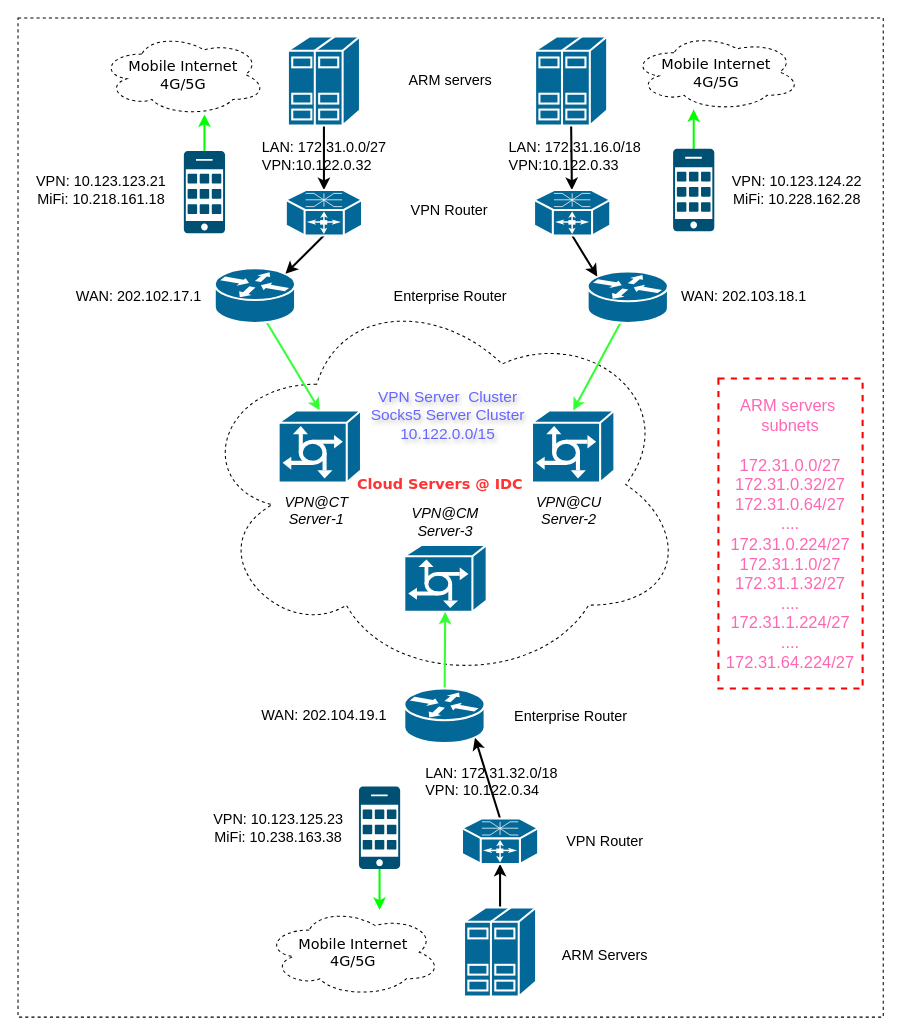
This is Untitled Diagram.drawio from nxtreaming/andy_study, a draw.io file, before an edit. Source tidied: cells renumbered, new cells numbered last; positions are measured from the earlier drawing's top-left corner, leaving out a move shared by most shapes. Both pictures are drawn from the tidied source at 103%, with x=0, y=0 at pixel (18, 18).
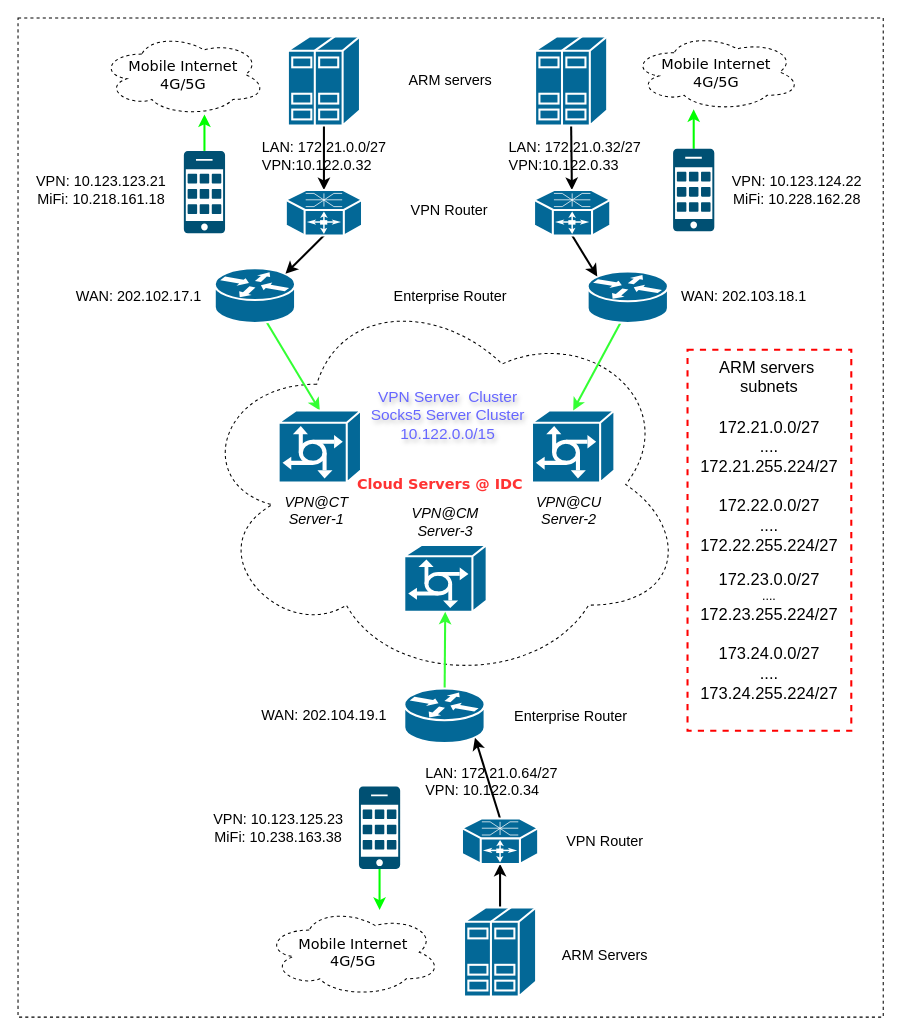
The same diagram, later.

What changed in the source:
```diff
@@
-    <mxCell id="50" value="&lt;font style=&quot;font-size: 14px;&quot;&gt;LAN: 172.31.0.0/27&lt;br&gt;&lt;div style=&quot;text-align: left;&quot;&gt;&lt;span style=&quot;background-color: initial;&quot;&gt;VPN:10.122.0.32&lt;/span&gt;&lt;/div&gt;&lt;/font&gt;" style="text;strokeColor=none;align=center;fillColor=none;html=1;verticalAlign=middle;whiteSpace=wrap;rounded=0;" parent="1" vertex="1">
+    <mxCell id="50" value="&lt;font style=&quot;font-size: 14px;&quot;&gt;LAN: 172.21.0.0/27&lt;br&gt;&lt;div style=&quot;text-align: left;&quot;&gt;&lt;span style=&quot;background-color: initial;&quot;&gt;VPN:10.122.0.32&lt;/span&gt;&lt;/div&gt;&lt;/font&gt;" style="text;strokeColor=none;align=center;fillColor=none;html=1;verticalAlign=middle;whiteSpace=wrap;rounded=0;" parent="1" vertex="1">
       <mxGeometry x="234.5" y="119" width="125" height="30" as="geometry" />
     </mxCell>
-    <mxCell id="51" value="&lt;font style=&quot;font-size: 14px;&quot;&gt;LAN: 172.31.16.0/18&lt;br&gt;&lt;div style=&quot;text-align: left;&quot;&gt;&lt;span style=&quot;background-color: initial;&quot;&gt;VPN:10.122.0.33&lt;/span&gt;&lt;/div&gt;&lt;/font&gt;" style="text;strokeColor=none;align=center;fillColor=none;html=1;verticalAlign=middle;whiteSpace=wrap;rounded=0;" parent="1" vertex="1">
+    <mxCell id="51" value="&lt;font style=&quot;font-size: 14px;&quot;&gt;LAN: 172.21.0.32/27&lt;br&gt;&lt;div style=&quot;text-align: left;&quot;&gt;&lt;span style=&quot;background-color: initial;&quot;&gt;VPN:10.122.0.33&lt;/span&gt;&lt;/div&gt;&lt;/font&gt;" style="text;strokeColor=none;align=center;fillColor=none;html=1;verticalAlign=middle;whiteSpace=wrap;rounded=0;" parent="1" vertex="1">
       <mxGeometry x="471" y="119" width="140" height="30" as="geometry" />
     </mxCell>
-    <mxCell id="52" value="&lt;font style=&quot;font-size: 14px;&quot;&gt;LAN: 172.31.32.0/18&lt;br&gt;&lt;div style=&quot;text-align: left;&quot;&gt;&lt;span style=&quot;background-color: initial;&quot;&gt;VPN: 10.122.0.34&lt;/span&gt;&lt;/div&gt;&lt;/font&gt;" style="text;strokeColor=none;align=center;fillColor=none;html=1;verticalAlign=middle;whiteSpace=wrap;rounded=0;" parent="1" vertex="1">
+    <mxCell id="52" value="&lt;font style=&quot;font-size: 14px;&quot;&gt;LAN: 172.21.0.64/27&lt;br&gt;&lt;div style=&quot;text-align: left;&quot;&gt;&lt;span style=&quot;background-color: initial;&quot;&gt;VPN: 10.122.0.34&lt;/span&gt;&lt;/div&gt;&lt;/font&gt;" style="text;strokeColor=none;align=center;fillColor=none;html=1;verticalAlign=middle;whiteSpace=wrap;rounded=0;" parent="1" vertex="1">
       <mxGeometry x="390" y="726" width="140" height="30" as="geometry" />
     </mxCell>
-    <mxCell id="53" value="&lt;div&gt;&lt;span style=&quot;color: rgb(255, 102, 179); font-size: medium; background-color: initial;&quot;&gt;ARM servers&amp;nbsp;&lt;/span&gt;&lt;br&gt;&lt;/div&gt;&lt;div&gt;&lt;font size=&quot;3&quot; color=&quot;#ff66b3&quot;&gt;subnets&lt;/font&gt;&lt;/div&gt;&lt;div&gt;&lt;span style=&quot;color: rgb(255, 102, 179); font-size: medium; background-color: initial;&quot;&gt;&lt;br&gt;&lt;/span&gt;&lt;/div&gt;&lt;div&gt;&lt;span style=&quot;color: rgb(255, 102, 179); font-size: medium; background-color: initial;&quot;&gt;172.31.0.0/27&lt;/span&gt;&lt;br&gt;&lt;/div&gt;&lt;div&gt;&lt;font color=&quot;#ff66b3&quot; size=&quot;3&quot;&gt;172.31.0.32/27&lt;/font&gt;&lt;/div&gt;&lt;div&gt;&lt;font color=&quot;#ff66b3&quot; size=&quot;3&quot;&gt;172.31.0.64/27&lt;/font&gt;&lt;/div&gt;&lt;div&gt;&lt;font color=&quot;#ff66b3&quot; size=&quot;3&quot;&gt;....&lt;/font&gt;&lt;/div&gt;&lt;div&gt;&lt;font color=&quot;#ff66b3&quot; size=&quot;3&quot;&gt;172.31.0.224/27&lt;/font&gt;&lt;/div&gt;&lt;div&gt;&lt;font color=&quot;#ff66b3&quot; size=&quot;3&quot;&gt;172.31.1.0/27&lt;/font&gt;&lt;/div&gt;&lt;div&gt;&lt;font color=&quot;#ff66b3&quot; size=&quot;3&quot;&gt;172.31.1.32/27&lt;/font&gt;&lt;/div&gt;&lt;div&gt;&lt;font color=&quot;#ff66b3&quot; size=&quot;3&quot;&gt;....&lt;/font&gt;&lt;/div&gt;&lt;div&gt;&lt;font color=&quot;#ff66b3&quot; size=&quot;3&quot;&gt;172.31.1.224/27&lt;/font&gt;&lt;/div&gt;&lt;div&gt;&lt;font color=&quot;#ff66b3&quot; size=&quot;3&quot;&gt;....&lt;/font&gt;&lt;/div&gt;&lt;div&gt;&lt;font color=&quot;#ff66b3&quot; size=&quot;3&quot;&gt;172.31.64.224/27&lt;/font&gt;&lt;/div&gt;" style="whiteSpace=wrap;html=1;strokeColor=#FF0000;dashed=1;strokeWidth=2;" parent="1" vertex="1">
-      <mxGeometry x="680" y="350" width="140" height="301" as="geometry" />
+    <mxCell id="53" value="&lt;div&gt;&lt;span style=&quot;font-size: medium; background-color: initial;&quot;&gt;ARM servers&amp;nbsp;&lt;/span&gt;&lt;br&gt;&lt;/div&gt;&lt;div&gt;&lt;font size=&quot;3&quot;&gt;subnets&lt;/font&gt;&lt;/div&gt;&lt;div&gt;&lt;span style=&quot;font-size: medium; background-color: initial;&quot;&gt;&lt;br&gt;&lt;/span&gt;&lt;/div&gt;&lt;div&gt;&lt;span style=&quot;font-size: medium; background-color: initial;&quot;&gt;172.21.0.0/27&lt;/span&gt;&lt;/div&gt;&lt;div&gt;&lt;span style=&quot;background-color: initial; font-size: medium;&quot;&gt;....&lt;/span&gt;&lt;/div&gt;&lt;div&gt;&lt;span style=&quot;background-color: initial; font-size: medium;&quot;&gt;172.21.255.224/27&lt;/span&gt;&lt;/div&gt;&lt;div&gt;&lt;span style=&quot;background-color: initial; font-size: medium;&quot;&gt;&lt;br&gt;&lt;/span&gt;&lt;/div&gt;&lt;div&gt;&lt;span style=&quot;background-color: initial; font-size: medium;&quot;&gt;172.22.0.0/27&lt;/span&gt;&lt;/div&gt;&lt;div&gt;&lt;span style=&quot;background-color: initial; font-size: medium;&quot;&gt;....&lt;/span&gt;&lt;/div&gt;&lt;div&gt;&lt;span style=&quot;background-color: initial; font-size: medium;&quot;&gt;172.22.255.224/27&lt;/span&gt;&lt;/div&gt;&lt;div&gt;&lt;br&gt;&lt;/div&gt;&lt;div&gt;&lt;span style=&quot;background-color: initial; font-size: medium;&quot;&gt;172.23.0.0/27&lt;/span&gt;&lt;/div&gt;&lt;div&gt;....&lt;/div&gt;&lt;div&gt;&lt;font size=&quot;3&quot;&gt;172.23.255.224/27&lt;/font&gt;&lt;/div&gt;&lt;div&gt;&lt;font size=&quot;3&quot;&gt;&lt;br&gt;&lt;/font&gt;&lt;/div&gt;&lt;div&gt;&lt;font size=&quot;3&quot;&gt;173.24.0.0/27&lt;/font&gt;&lt;/div&gt;&lt;div&gt;&lt;font size=&quot;3&quot;&gt;....&lt;/font&gt;&lt;/div&gt;&lt;div&gt;&lt;font size=&quot;3&quot;&gt;173.24.255.224/27&lt;/font&gt;&lt;/div&gt;&lt;div&gt;&lt;font size=&quot;3&quot; color=&quot;#ff66b3&quot;&gt;&lt;br&gt;&lt;/font&gt;&lt;/div&gt;" style="whiteSpace=wrap;html=1;strokeColor=#FF0000;dashed=1;strokeWidth=2;" parent="1" vertex="1">
+      <mxGeometry x="650" y="322" width="159" height="370" as="geometry" />
     </mxCell>
```
